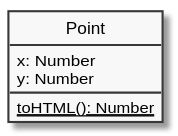
ifpb/javascript-guide keeps this PlantUML diagram as ecma/object/assets/object-point-distance.svg. Above is the earlier version.
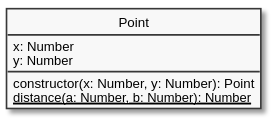
The same diagram one commit later.

Diff of the diagram source:
```diff
@@ -7,6 +7,7 @@
 class Point {
   x: Number
   y: Number
-  {static} toHTML(): Number
+  constructor(x: Number, y: Number): Point
+  {static} distance(a: Number, b: Number): Number
 }
 @enduml
```
